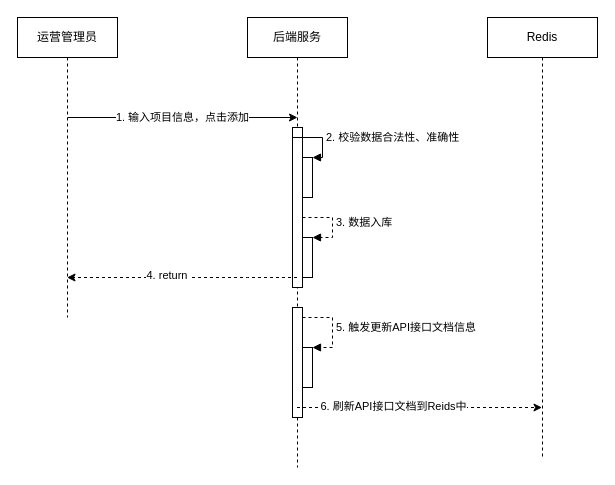
laowang-cloud/diagrams keeps this draw.io diagram as 开放平台添加项目功能.drawio. Above is the earlier version. Source tidied: cells renumbered, new cells numbered last; positions are measured from the earlier drawing's top-left corner, leaving out a move shared by most shapes. Both pictures are drawn from the tidied source at 100%, with x=0, y=0 at pixel (17, 17).
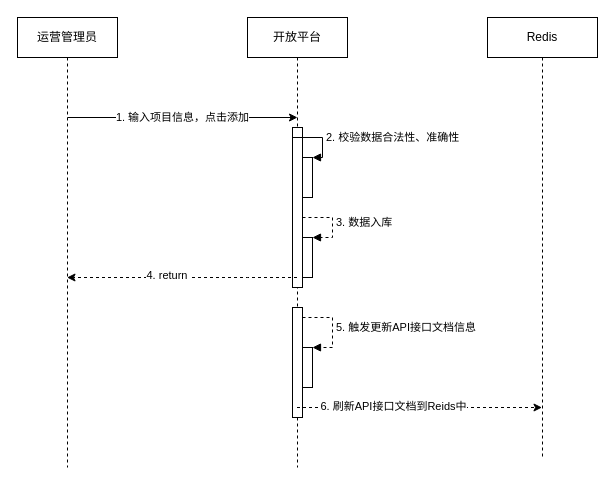
After the change.

Commit message (it also covers changes not shown here):
更新开放平台添加项目功能.drawio

The edit, as a diff of the source:
```diff
@@
     <mxCell id="2" value="运营管理员" style="shape=umlLifeline;perimeter=lifelinePerimeter;whiteSpace=wrap;html=1;outlineConnect=0;" parent="1" vertex="1">
-      <mxGeometry width="100" height="300" as="geometry" />
+      <mxGeometry width="100" height="450" as="geometry" />
     </mxCell>
-    <mxCell id="3" value="&lt;span&gt;后端服务&lt;/span&gt;" style="shape=umlLifeline;perimeter=lifelinePerimeter;whiteSpace=wrap;html=1;outlineConnect=0;" parent="1" vertex="1">
+    <mxCell id="3" value="&lt;span&gt;开放平台&lt;/span&gt;" style="shape=umlLifeline;perimeter=lifelinePerimeter;whiteSpace=wrap;html=1;outlineConnect=0;" parent="1" vertex="1">
       <mxGeometry x="230" width="100" height="450" as="geometry" />
     </mxCell>
```
